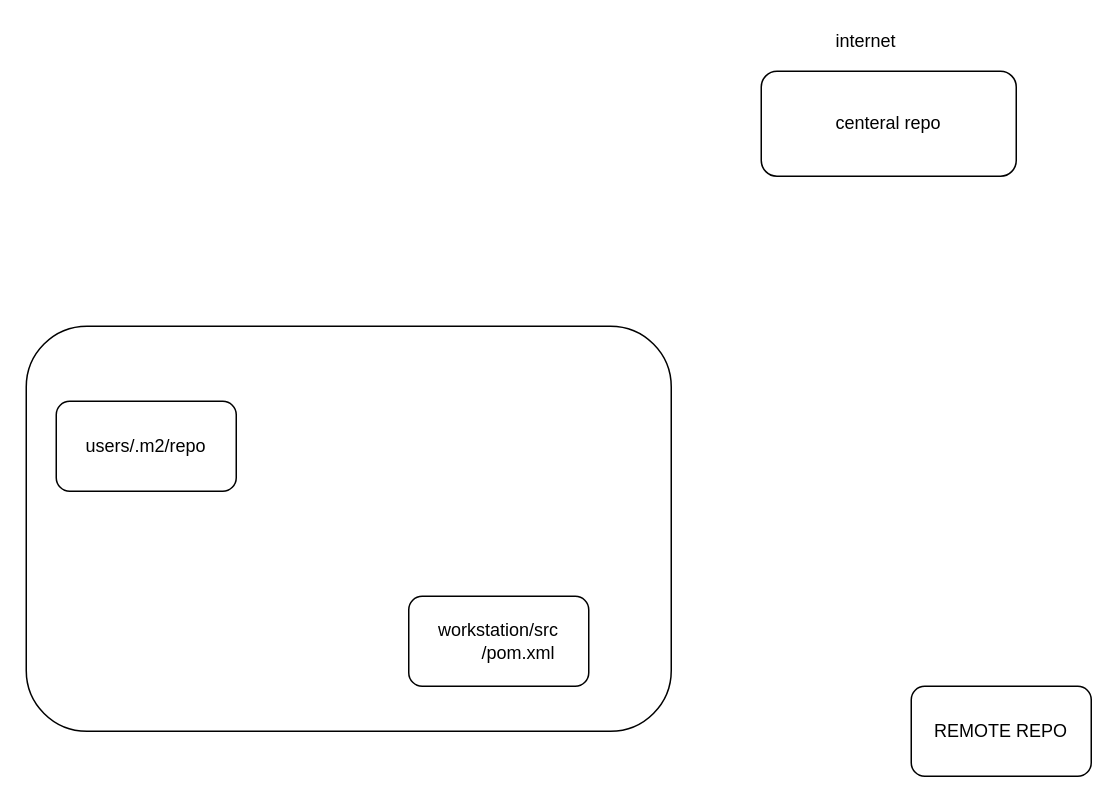
Above: maven repo.drawio in ashisnishanka/JAVA_MAVEN (draw.io), before the change. Source tidied: cells renumbered, new cells numbered last; positions are measured from the earlier drawing's top-left corner, leaving out a move shared by most shapes. Both pictures are drawn from the tidied source at 150%, with x=0, y=0 at pixel (26, 26).
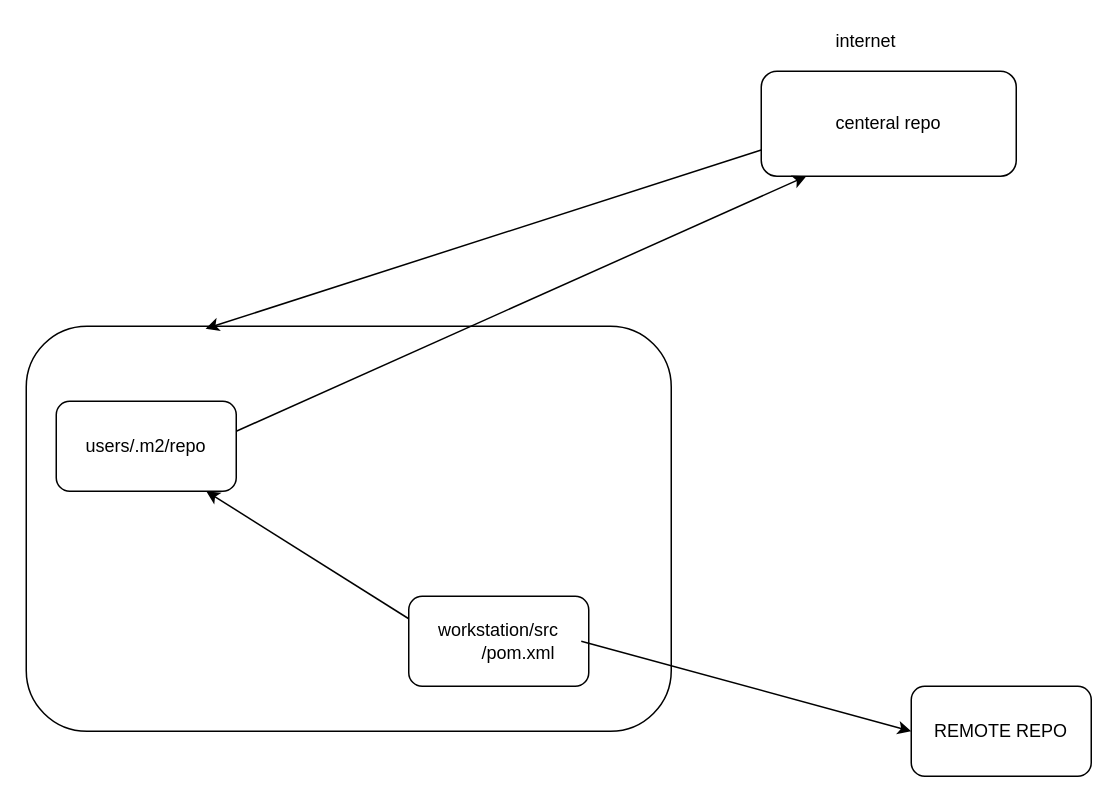
After the change.

Change to the diagram source:
```diff
@@
 <mxGraphModel>
   <root>
     <mxCell id="0" />
     <mxCell id="1" parent="0" />
     <mxCell id="2" style="rounded=1;whiteSpace=wrap;html=1;" parent="1" vertex="1">
       <mxGeometry y="200" width="430" height="270" as="geometry" />
     </mxCell>
     <mxCell id="3" value="workstation/src&lt;br&gt;&amp;nbsp; &amp;nbsp; &amp;nbsp; &amp;nbsp; /pom.xml" style="rounded=1;whiteSpace=wrap;html=1;" parent="1" vertex="1">
       <mxGeometry x="255" y="380" width="120" height="60" as="geometry" />
     </mxCell>
     <mxCell id="4" value="users/.m2/repo" style="rounded=1;whiteSpace=wrap;html=1;" parent="1" vertex="1">
       <mxGeometry x="20" y="250" width="120" height="60" as="geometry" />
     </mxCell>
     <mxCell id="5" value="centeral repo" style="rounded=1;whiteSpace=wrap;html=1;" parent="1" vertex="1">
       <mxGeometry x="490" y="30" width="170" height="70" as="geometry" />
     </mxCell>
     <mxCell id="6" value="internet" style="text;html=1;strokeColor=none;fillColor=none;align=center;verticalAlign=middle;whiteSpace=wrap;rounded=0;" parent="1" vertex="1">
       <mxGeometry x="500" width="120" height="20" as="geometry" />
     </mxCell>
     <mxCell id="7" value="REMOTE REPO" style="rounded=1;whiteSpace=wrap;html=1;" parent="1" vertex="1">
       <mxGeometry x="590" y="440" width="120" height="60" as="geometry" />
     </mxCell>
+    <mxCell id="8" style="endArrow=classic;html=1;entryX=0.278;entryY=0.006;entryDx=0;entryDy=0;entryPerimeter=0;exitX=0;exitY=0.75;exitDx=0;exitDy=0;" parent="1" edge="1" source="5" target="2">
+      <mxGeometry relative="1" as="geometry" />
+    </mxCell>
+    <mxCell id="9" style="endArrow=classic;html=1;exitX=0;exitY=0.25;exitDx=0;exitDy=0;" parent="1" edge="1" source="3">
+      <mxGeometry relative="1" as="geometry">
+        <mxPoint x="120" y="310" as="targetPoint" />
+      </mxGeometry>
+    </mxCell>
+    <mxCell id="10" style="endArrow=classic;html=1;" parent="1" edge="1">
+      <mxGeometry relative="1" as="geometry">
+        <mxPoint x="140" y="270" as="sourcePoint" />
+        <mxPoint x="520" y="100" as="targetPoint" />
+      </mxGeometry>
+    </mxCell>
+    <mxCell id="11" style="endArrow=classic;html=1;entryX=0;entryY=0.5;entryDx=0;entryDy=0;" parent="1" edge="1" target="7">
+      <mxGeometry relative="1" as="geometry">
+        <mxPoint x="370" y="410" as="sourcePoint" />
+      </mxGeometry>
+    </mxCell>
   </root>
 </mxGraphModel>
```
